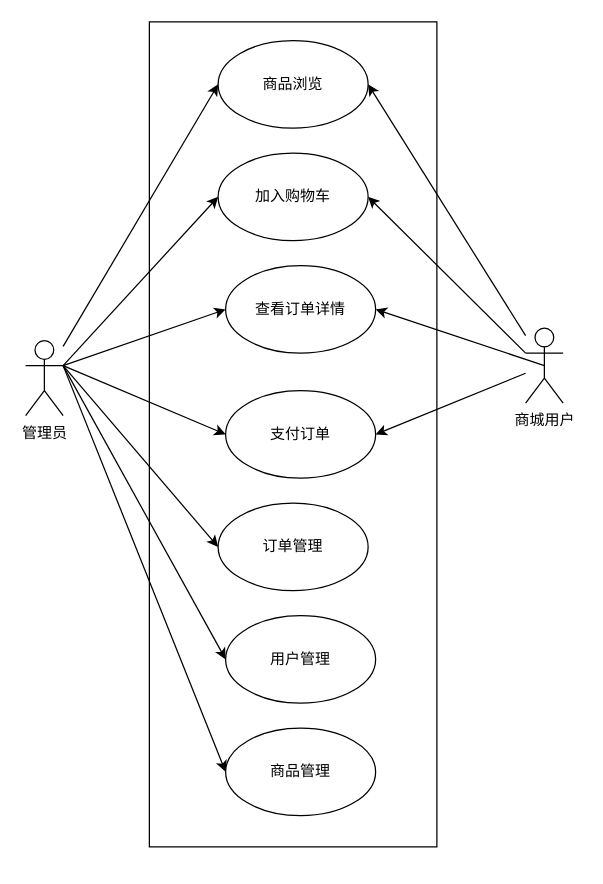
The draw.io diagram page "第 2 页" (2 of 2) of 系统功能模块.drawio in 194568/test1, before the edit. Source tidied: cells renumbered, new cells numbered last; positions are measured from the earlier drawing's top-left corner, leaving out a move shared by most shapes. Both pictures are drawn from the tidied source at 125%, with x=0, y=0 at pixel (-120, 40).
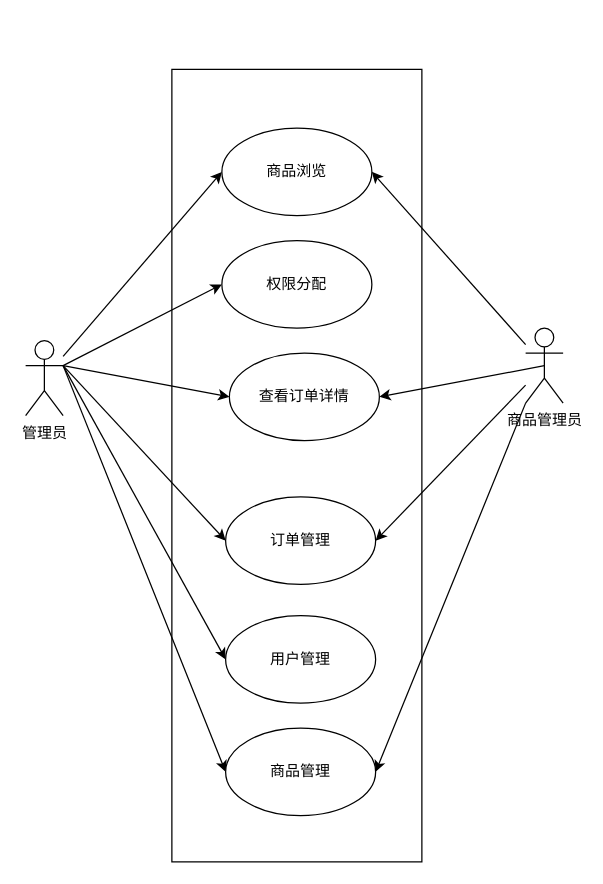
Above is the later version.

Commit message:
更新系统功能模块.drawio

The change refers to these unchanged cells:
```xml
<mxCell id="9" value="管理员" style="shape=umlActor;verticalLabelPosition=bottom;verticalAlign=top;html=1;" parent="1" vertex="1">
  <mxGeometry x="116" y="240" width="30" height="60" as="geometry" />
</mxCell>
<mxCell id="21" value="商品管理" style="ellipse;whiteSpace=wrap;html=1;" parent="1" vertex="1">
  <mxGeometry x="276" y="550" width="120" height="70" as="geometry" />
</mxCell>
```

Diff of the diagram source:
```diff
@@
-    <mxCell id="3" style="rounded=0;jettySize=auto;html=1;exitX=1;exitY=0.3333333333333333;exitDx=0;exitDy=0;exitPerimeter=0;entryX=0;entryY=0.5;entryDx=0;entryDy=0;" parent="1" edge="1" source="9" target="16">
-      <mxGeometry relative="1" as="geometry" />
-    </mxCell>
@@
-    <mxCell id="5" style="rounded=0;jettySize=auto;html=1;exitX=1;exitY=0.3333333333333333;exitDx=0;exitDy=0;exitPerimeter=0;entryX=0;entryY=0.5;entryDx=0;entryDy=0;" parent="1" edge="1" source="9" target="20">
-      <mxGeometry relative="1" as="geometry" />
-    </mxCell>
@@
+    <mxCell id="23" style="rounded=0;jettySize=auto;html=1;exitX=1;exitY=0.3333333333333333;exitDx=0;exitDy=0;exitPerimeter=0;entryX=0;entryY=0.5;entryDx=0;entryDy=0;" parent="1" edge="1" source="9" target="26">
+      <mxGeometry relative="1" as="geometry" />
+    </mxCell>
@@
-    <mxCell id="11" style="rounded=0;jettySize=auto;html=1;exitX=0;exitY=0.3333333333333333;exitDx=0;exitDy=0;exitPerimeter=0;entryX=1;entryY=0.5;entryDx=0;entryDy=0;" parent="1" edge="1" source="14" target="16">
-      <mxGeometry relative="1" as="geometry" />
-    </mxCell>
@@
-    <mxCell id="13" style="rounded=0;jettySize=auto;html=1;entryX=1;entryY=0.5;entryDx=0;entryDy=0;" parent="1" edge="1" source="14" target="20">
-      <mxGeometry relative="1" as="geometry" />
-    </mxCell>
+    <mxCell id="24" style="rounded=0;jettySize=auto;html=1;entryX=1;entryY=0.5;entryDx=0;entryDy=0;" parent="1" edge="1" source="14" target="18">
+      <mxGeometry relative="1" as="geometry" />
+    </mxCell>
+    <mxCell id="25" style="rounded=0;jettySize=auto;html=1;exitX=0;exitY=1;exitDx=0;exitDy=0;exitPerimeter=0;entryX=1;entryY=0.5;entryDx=0;entryDy=0;" parent="1" edge="1" source="14" target="21">
+      <mxGeometry relative="1" as="geometry" />
+    </mxCell>
-    <mxCell id="14" value="商城用户" style="shape=umlActor;verticalLabelPosition=bottom;verticalAlign=top;html=1;" parent="1" vertex="1">
+    <mxCell id="14" value="商品管理员" style="shape=umlActor;verticalLabelPosition=bottom;verticalAlign=top;html=1;" parent="1" vertex="1">
       <mxGeometry x="516" y="230" width="30" height="60" as="geometry" />
     </mxCell>
     <mxCell id="15" value="商品浏览" style="ellipse;whiteSpace=wrap;html=1;" parent="1" vertex="1">
-      <mxGeometry x="270" width="120" height="70" as="geometry" />
+      <mxGeometry x="273" y="70" width="120" height="70" as="geometry" />
     </mxCell>
-    <mxCell id="16" value="加入购物车" style="ellipse;whiteSpace=wrap;html=1;" parent="1" vertex="1">
-      <mxGeometry x="270" y="90" width="120" height="70" as="geometry" />
-    </mxCell>
     <mxCell id="17" value="查看订单详情" style="ellipse;whiteSpace=wrap;html=1;" parent="1" vertex="1">
-      <mxGeometry x="276" y="180" width="120" height="70" as="geometry" />
+      <mxGeometry x="279" y="250" width="120" height="70" as="geometry" />
     </mxCell>
     <mxCell id="18" value="订单管理" style="ellipse;whiteSpace=wrap;html=1;" parent="1" vertex="1">
-      <mxGeometry x="270" y="370" width="120" height="70" as="geometry" />
+      <mxGeometry x="276" y="365" width="120" height="70" as="geometry" />
     </mxCell>
@@
-    <mxCell id="20" value="支付订单" style="ellipse;whiteSpace=wrap;html=1;" parent="1" vertex="1">
-      <mxGeometry x="276" y="280" width="120" height="70" as="geometry" />
-    </mxCell>
@@
     <mxCell id="22" style="rounded=0;whiteSpace=wrap;html=1;fillColor=none;rotation=90;" parent="1" vertex="1">
-      <mxGeometry y="200" width="660" height="230" as="geometry" />
+      <mxGeometry x="16" y="240" width="634" height="200" as="geometry" />
     </mxCell>
+    <mxCell id="26" value="权限分配" style="ellipse;whiteSpace=wrap;html=1;" parent="1" vertex="1">
+      <mxGeometry x="273" y="160" width="120" height="70" as="geometry" />
+    </mxCell>
```
